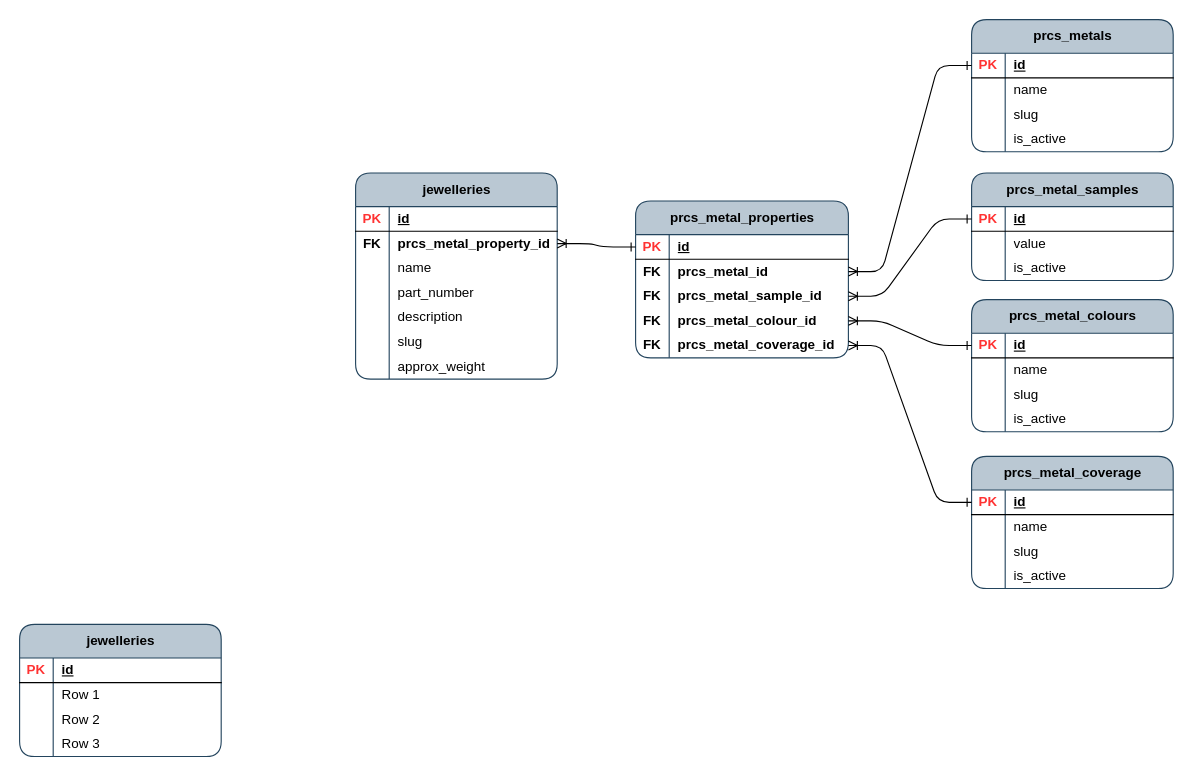
Before: page "precious_metals" (5 of 6) of jewellery_items.drawio in acwstudio/app-ben-brumm, a draw.io diagram. Source tidied: cells renumbered, new cells numbered last; positions are measured from the earlier drawing's top-left corner, leaving out a move shared by most shapes. Both pictures are drawn from the tidied source at 112%, with x=0, y=0 at pixel (19, 19).
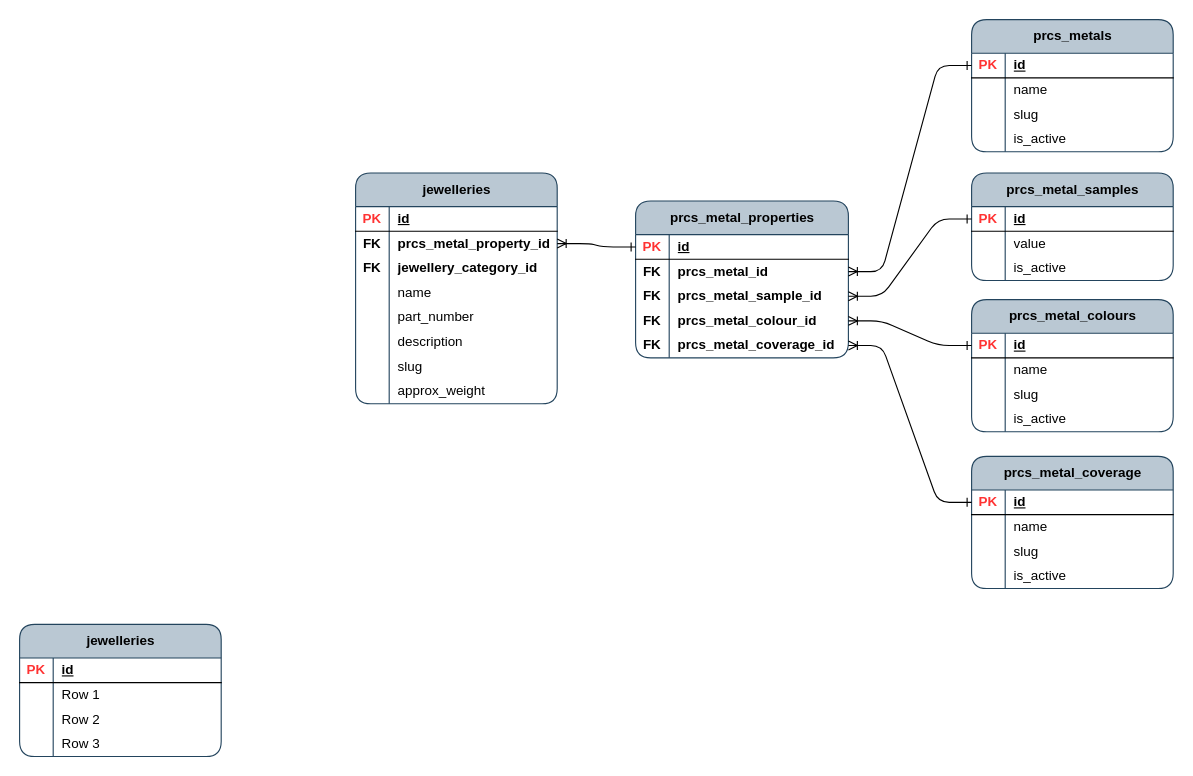
The same diagram, later.

Change to the diagram source:
```diff
@@
     <mxCell id="84" value="jewelleries" style="shape=table;startSize=30;childLayout=tableLayout;rowLines=0;fontStyle=1;align=center;html=1;rounded=1;swimlaneFillColor=none;fillColor=#bac8d3;strokeColor=#23445d;columnLines=1;arcSize=15;" parent="1" vertex="1">
-      <mxGeometry x="300" y="137" width="180" height="184" as="geometry" />
+      <mxGeometry x="300" y="137" width="180" height="206" as="geometry" />
     </mxCell>
@@
+    <mxCell id="107" style="shape=tableRow;horizontal=0;startSize=0;swimlaneHead=0;swimlaneBody=0;fillColor=none;top=0;left=0;right=0;bottom=0;rounded=0;" parent="84" vertex="1">
+      <mxGeometry y="74" width="180" height="22" as="geometry" />
+    </mxCell>
+    <mxCell id="108" value="&lt;b&gt;FK&lt;/b&gt;" style="shape=partialRectangle;fillColor=none;top=0;left=0;bottom=0;right=0;overflow=hidden;whiteSpace=wrap;html=1;" parent="107" vertex="1">
+      <mxGeometry width="30" height="22" as="geometry" />
+    </mxCell>
+    <mxCell id="109" value="&lt;b&gt;jewellery_category_id&lt;/b&gt;" style="shape=partialRectangle;fillColor=none;top=0;left=0;bottom=0;right=0;align=left;spacingLeft=6;overflow=hidden;whiteSpace=wrap;html=1;" parent="107" vertex="1">
+      <mxGeometry x="30" width="150" height="22" as="geometry" />
+    </mxCell>
     <mxCell id="91" style="shape=tableRow;horizontal=0;startSize=0;swimlaneHead=0;swimlaneBody=0;fillColor=none;top=0;left=0;right=0;bottom=0;rounded=0;" parent="84" vertex="1">
-      <mxGeometry y="74" width="180" height="22" as="geometry" />
+      <mxGeometry y="96" width="180" height="22" as="geometry" />
     </mxCell>
@@
     <mxCell id="94" style="shape=tableRow;horizontal=0;startSize=0;swimlaneHead=0;swimlaneBody=0;fillColor=none;top=0;left=0;right=0;bottom=0;rounded=0;" parent="84" vertex="1">
-      <mxGeometry y="96" width="180" height="22" as="geometry" />
+      <mxGeometry y="118" width="180" height="22" as="geometry" />
     </mxCell>
@@
     <mxCell id="97" style="shape=tableRow;horizontal=0;startSize=0;swimlaneHead=0;swimlaneBody=0;fillColor=none;top=0;left=0;right=0;bottom=0;rounded=0;" parent="84" vertex="1">
-      <mxGeometry y="118" width="180" height="22" as="geometry" />
+      <mxGeometry y="140" width="180" height="22" as="geometry" />
     </mxCell>
@@
     <mxCell id="100" style="shape=tableRow;horizontal=0;startSize=0;swimlaneHead=0;swimlaneBody=0;fillColor=none;top=0;left=0;right=0;bottom=0;rounded=0;" parent="84" vertex="1">
-      <mxGeometry y="140" width="180" height="22" as="geometry" />
+      <mxGeometry y="162" width="180" height="22" as="geometry" />
     </mxCell>
@@
     <mxCell id="103" style="shape=tableRow;horizontal=0;startSize=0;swimlaneHead=0;swimlaneBody=0;fillColor=none;top=0;left=0;right=0;bottom=0;rounded=0;" parent="84" vertex="1">
-      <mxGeometry y="162" width="180" height="22" as="geometry" />
+      <mxGeometry y="184" width="180" height="22" as="geometry" />
     </mxCell>
```
